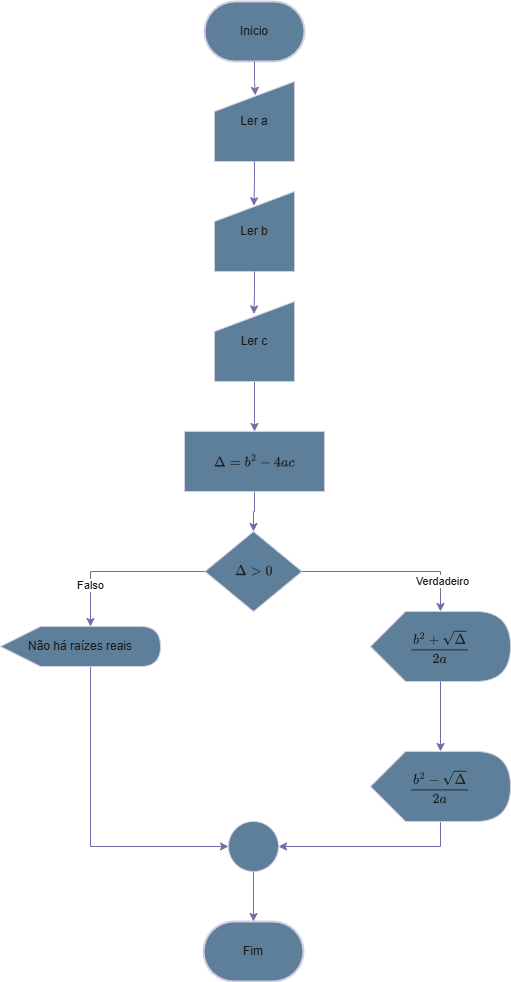
andrew-cdia/algoritmos-lista1 keeps this draw.io diagram as Diagramas/exercicios19.drawio.png. Above is the earlier version. Source tidied: cells renumbered, new cells last; positions are measured from the earlier drawing's top-left corner, leaving out a move shared by most shapes.
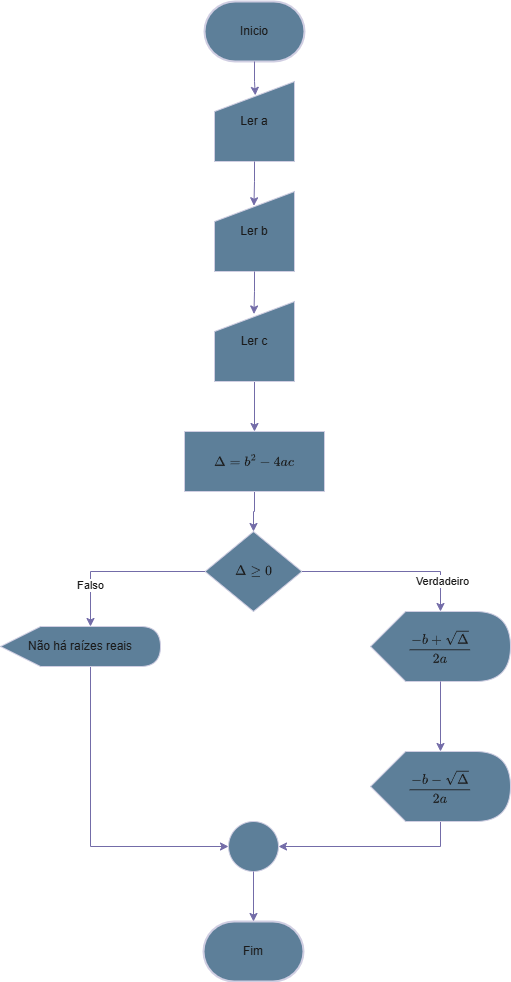
Above is the later version.

The edit, as a diff of the source:
```diff
@@ -26,7 +26,7 @@
     <mxCell id="9" value="$$\Delta = b^2 - 4ac$$" style="rounded=0;whiteSpace=wrap;html=1;strokeColor=#D0CEE2;fontColor=#1A1A1A;fillColor=#5D7F99;" parent="1" vertex="1">
       <mxGeometry x="184" y="430" width="140" height="60" as="geometry" />
     </mxCell>
-    <mxCell id="10" value="$$\Delta &amp;gt; 0$$" style="rhombus;whiteSpace=wrap;html=1;strokeColor=#D0CEE2;fontColor=#1A1A1A;fillColor=#5D7F99;" parent="1" vertex="1">
+    <mxCell id="10" value="$$\Delta \geq 0$$" style="rhombus;whiteSpace=wrap;html=1;strokeColor=#D0CEE2;fontColor=#1A1A1A;fillColor=#5D7F99;" parent="1" vertex="1">
       <mxGeometry x="204.5" y="530" width="97" height="80" as="geometry" />
     </mxCell>
     <mxCell id="11" style="edgeStyle=orthogonalEdgeStyle;rounded=0;jettySize=auto;html=1;entryX=0;entryY=0.5;entryDx=0;entryDy=0;strokeColor=#736CA8;fontColor=#1A1A1A;" parent="1" edge="1" source="12" target="20">
@@ -46,10 +46,10 @@
         </Array>
       </mxGeometry>
     </mxCell>
-    <mxCell id="14" value="$$\frac{b^2 - \sqrt{\Delta}}{2a}$$" style="shape=display;whiteSpace=wrap;html=1;strokeColor=#D0CEE2;fontColor=#1A1A1A;fillColor=#5D7F99;" parent="1" vertex="1">
+    <mxCell id="14" value="$$\frac{-b - \sqrt{\Delta}}{2a}$$" style="shape=display;whiteSpace=wrap;html=1;strokeColor=#D0CEE2;fontColor=#1A1A1A;fillColor=#5D7F99;" parent="1" vertex="1">
       <mxGeometry x="370" y="750" width="140" height="70" as="geometry" />
     </mxCell>
-    <mxCell id="15" value="$$\frac{b^2 + \sqrt{\Delta}}{2a}$$" style="shape=display;whiteSpace=wrap;html=1;strokeColor=#D0CEE2;fontColor=#1A1A1A;fillColor=#5D7F99;" parent="1" vertex="1">
+    <mxCell id="15" value="$$\frac{-b + \sqrt{\Delta}}{2a}$$" style="shape=display;whiteSpace=wrap;html=1;strokeColor=#D0CEE2;fontColor=#1A1A1A;fillColor=#5D7F99;" parent="1" vertex="1">
       <mxGeometry x="370" y="610" width="140" height="70" as="geometry" />
     </mxCell>
     <mxCell id="16" style="edgeStyle=orthogonalEdgeStyle;rounded=0;jettySize=auto;html=1;strokeColor=#736CA8;fontColor=#1A1A1A;" parent="1" edge="1" source="10">
```
